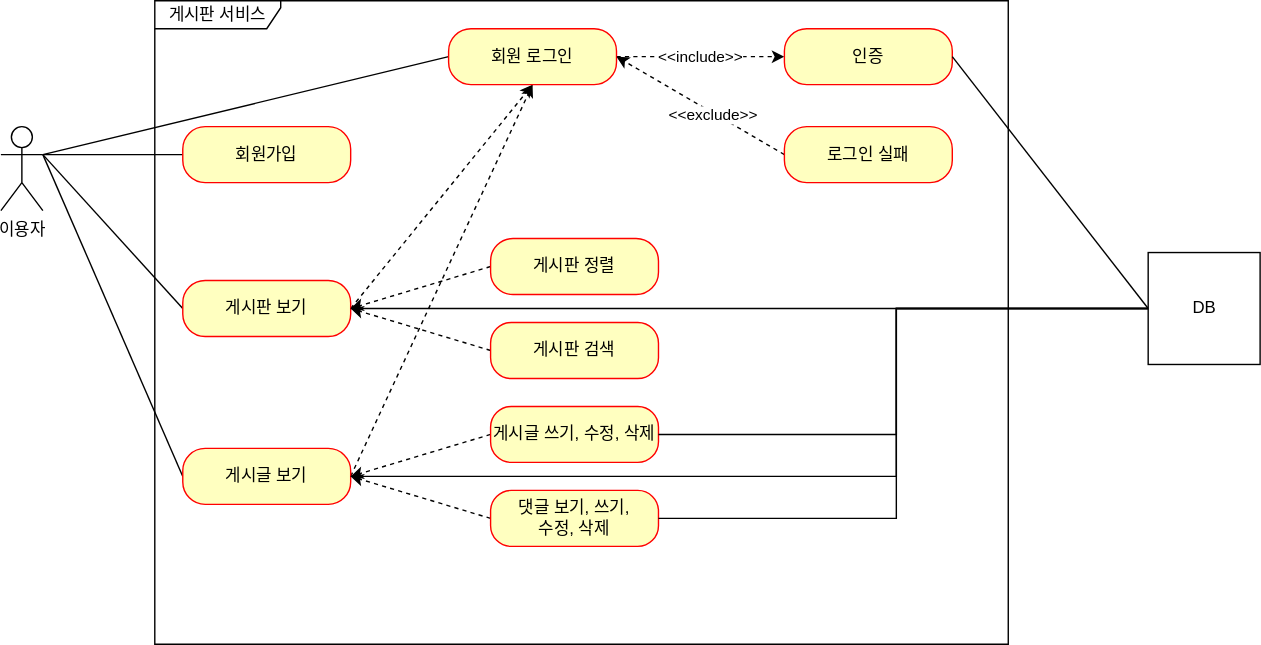
Above: documents/use-case.svg in JIHYEON-PF/fc_project-board (draw.io), before the change. Source tidied: cells renumbered, new cells last; positions are measured from the earlier drawing's top-left corner, leaving out a move shared by most shapes.
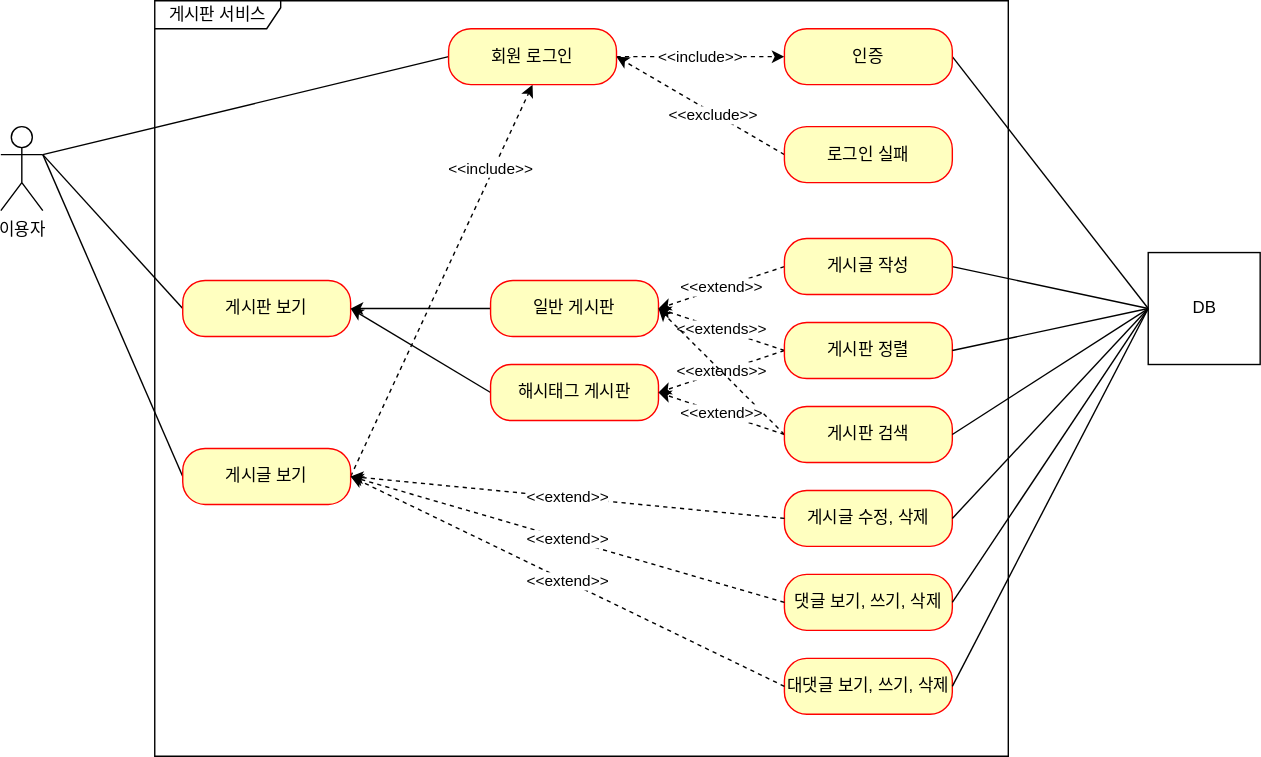
Above is the later version.

Commit message:
refact:#63 - 프로젝트 상태에 맞추어 Usecase Refactoring

The edit, as a diff of the source:
```diff
@@ -2,9 +2,9 @@
   <root>
     <mxCell id="0" />
     <mxCell id="1" parent="0" />
-    <mxCell id="2" style="edgeStyle=orthogonalEdgeStyle;rounded=0;jettySize=auto;html=1;exitX=1;exitY=0.3333333333333333;exitDx=0;exitDy=0;exitPerimeter=0;entryX=0;entryY=0.5;entryDx=0;entryDy=0;endArrow=none;endFill=0;" parent="1" edge="1" source="6" target="26">
-      <mxGeometry relative="1" as="geometry" />
-    </mxCell>
+    <mxCell id="7" value="게시판 서비스" style="shape=umlFrame;whiteSpace=wrap;html=1;width=90;height=20;" parent="1" vertex="1">
+      <mxGeometry x="110" width="610" height="540" as="geometry" />
+    </mxCell>
     <mxCell id="3" style="rounded=0;jettySize=auto;html=1;exitX=1;exitY=0.3333333333333333;exitDx=0;exitDy=0;exitPerimeter=0;entryX=0;entryY=0.5;entryDx=0;entryDy=0;endArrow=none;endFill=0;" parent="1" edge="1" source="6" target="13">
       <mxGeometry relative="1" as="geometry" />
     </mxCell>
@@ -17,98 +17,110 @@
     <mxCell id="6" value="이용자" style="shape=umlActor;verticalLabelPosition=bottom;verticalAlign=top;html=1;" parent="1" vertex="1">
       <mxGeometry y="90" width="30" height="60" as="geometry" />
     </mxCell>
-    <mxCell id="7" value="게시판 서비스" style="shape=umlFrame;whiteSpace=wrap;html=1;width=90;height=20;" parent="1" vertex="1">
-      <mxGeometry x="110" width="610" height="460" as="geometry" />
-    </mxCell>
-    <mxCell id="8" style="edgeStyle=none;rounded=0;jettySize=auto;html=1;exitX=1;exitY=0.5;exitDx=0;exitDy=0;entryX=0.5;entryY=1;entryDx=0;entryDy=0;dashed=1;endArrow=classic;endFill=1;" parent="7" edge="1" source="9" target="13">
-      <mxGeometry relative="1" as="geometry" />
-    </mxCell>
+    <mxCell id="27" style="edgeStyle=none;rounded=0;jettySize=auto;html=1;exitX=0;exitY=0.5;exitDx=0;exitDy=0;entryX=1;entryY=0.5;entryDx=0;entryDy=0;endArrow=none;endFill=0;" parent="1" edge="1" source="30" target="14">
+      <mxGeometry relative="1" as="geometry" />
+    </mxCell>
+    <mxCell id="33" style="rounded=0;jettySize=auto;html=1;exitX=0;exitY=0.5;exitDx=0;exitDy=0;entryX=1;entryY=0.5;entryDx=0;entryDy=0;endArrow=none;endFill=0;" parent="1" edge="1" source="30" target="35">
+      <mxGeometry relative="1" as="geometry" />
+    </mxCell>
+    <mxCell id="30" value="DB" style="html=1;" parent="1" vertex="1">
+      <mxGeometry x="820" y="180" width="80" height="80" as="geometry" />
+    </mxCell>
-    <mxCell id="9" value="게시판 보기" style="rounded=1;whiteSpace=wrap;html=1;arcSize=40;fontColor=#000000;fillColor=#ffffc0;strokeColor=#ff0000;" parent="7" vertex="1">
-      <mxGeometry x="20" y="200" width="120" height="40" as="geometry" />
+    <mxCell id="9" value="게시판 보기" style="rounded=1;whiteSpace=wrap;html=1;arcSize=40;fontColor=#000000;fillColor=#ffffc0;strokeColor=#ff0000;" parent="1" vertex="1">
+      <mxGeometry x="130" y="200" width="120" height="40" as="geometry" />
     </mxCell>
-    <mxCell id="10" style="edgeStyle=none;rounded=0;jettySize=auto;html=1;exitX=1;exitY=0.5;exitDx=0;exitDy=0;dashed=1;endArrow=classic;endFill=1;entryX=0.5;entryY=1;entryDx=0;entryDy=0;" parent="7" edge="1" source="11" target="13">
-      <mxGeometry relative="1" as="geometry" />
+    <mxCell id="10" value="&amp;lt;&amp;lt;include&amp;gt;&amp;gt;" style="edgeStyle=none;rounded=0;jettySize=auto;html=1;exitX=1;exitY=0.5;exitDx=0;exitDy=0;dashed=1;endArrow=classic;endFill=1;entryX=0.5;entryY=1;entryDx=0;entryDy=0;" parent="1" edge="1" source="11" target="13">
+      <mxGeometry x="0.57" y="2" relative="1" as="geometry" />
     </mxCell>
-    <mxCell id="11" value="게시글 보기" style="rounded=1;whiteSpace=wrap;html=1;arcSize=40;fontColor=#000000;fillColor=#ffffc0;strokeColor=#ff0000;" parent="7" vertex="1">
-      <mxGeometry x="20" y="320" width="120" height="40" as="geometry" />
+    <mxCell id="11" value="게시글 보기" style="rounded=1;whiteSpace=wrap;html=1;arcSize=40;fontColor=#000000;fillColor=#ffffc0;strokeColor=#ff0000;" parent="1" vertex="1">
+      <mxGeometry x="130" y="320" width="120" height="40" as="geometry" />
     </mxCell>
-    <mxCell id="12" value="&amp;lt;&amp;lt;include&amp;gt;&amp;gt;" style="edgeStyle=none;rounded=0;jettySize=auto;html=1;exitX=1;exitY=0.5;exitDx=0;exitDy=0;entryX=0;entryY=0.5;entryDx=0;entryDy=0;endArrow=classic;endFill=1;dashed=1;" parent="7" edge="1" source="13" target="14">
+    <mxCell id="12" value="&amp;lt;&amp;lt;include&amp;gt;&amp;gt;" style="edgeStyle=none;rounded=0;jettySize=auto;html=1;exitX=1;exitY=0.5;exitDx=0;exitDy=0;entryX=0;entryY=0.5;entryDx=0;entryDy=0;endArrow=classic;endFill=1;dashed=1;" parent="1" edge="1" source="13" target="14">
       <mxGeometry relative="1" as="geometry" />
     </mxCell>
-    <mxCell id="13" value="회원 로그인" style="rounded=1;whiteSpace=wrap;html=1;arcSize=40;fontColor=#000000;fillColor=#ffffc0;strokeColor=#ff0000;" parent="7" vertex="1">
-      <mxGeometry x="210" y="20" width="120" height="40" as="geometry" />
+    <mxCell id="13" value="회원 로그인" style="rounded=1;whiteSpace=wrap;html=1;arcSize=40;fontColor=#000000;fillColor=#ffffc0;strokeColor=#ff0000;" parent="1" vertex="1">
+      <mxGeometry x="320" y="20" width="120" height="40" as="geometry" />
     </mxCell>
-    <mxCell id="14" value="인증" style="rounded=1;whiteSpace=wrap;html=1;arcSize=40;fontColor=#000000;fillColor=#ffffc0;strokeColor=#ff0000;" parent="7" vertex="1">
-      <mxGeometry x="450" y="20" width="120" height="40" as="geometry" />
+    <mxCell id="14" value="인증" style="rounded=1;whiteSpace=wrap;html=1;arcSize=40;fontColor=#000000;fillColor=#ffffc0;strokeColor=#ff0000;" parent="1" vertex="1">
+      <mxGeometry x="560" y="20" width="120" height="40" as="geometry" />
     </mxCell>
-    <mxCell id="15" style="edgeStyle=none;rounded=0;jettySize=auto;html=1;exitX=0;exitY=0.5;exitDx=0;exitDy=0;entryX=1;entryY=0.5;entryDx=0;entryDy=0;endArrow=classic;endFill=1;dashed=1;" parent="7" edge="1" source="17" target="13">
+    <mxCell id="15" style="edgeStyle=none;rounded=0;jettySize=auto;html=1;exitX=0;exitY=0.5;exitDx=0;exitDy=0;entryX=1;entryY=0.5;entryDx=0;entryDy=0;endArrow=classic;endFill=1;dashed=1;" parent="1" edge="1" source="17" target="13">
       <mxGeometry relative="1" as="geometry" />
     </mxCell>
     <mxCell id="16" value="&amp;lt;&amp;lt;exclude&amp;gt;&amp;gt;" style="edgeLabel;html=1;align=center;verticalAlign=middle;" parent="15" vertex="1">
       <mxGeometry x="-0.16" y="1" relative="1" as="geometry" />
     </mxCell>
-    <mxCell id="17" value="로그인 실패" style="rounded=1;whiteSpace=wrap;html=1;arcSize=40;fontColor=#000000;fillColor=#ffffc0;strokeColor=#ff0000;" parent="7" vertex="1">
-      <mxGeometry x="450" y="90" width="120" height="40" as="geometry" />
+    <mxCell id="17" value="로그인 실패" style="rounded=1;whiteSpace=wrap;html=1;arcSize=40;fontColor=#000000;fillColor=#ffffc0;strokeColor=#ff0000;" parent="1" vertex="1">
+      <mxGeometry x="560" y="90" width="120" height="40" as="geometry" />
     </mxCell>
-    <mxCell id="18" style="edgeStyle=none;rounded=0;jettySize=auto;html=1;exitX=0;exitY=0.5;exitDx=0;exitDy=0;entryX=1;entryY=0.5;entryDx=0;entryDy=0;dashed=1;endArrow=classic;endFill=1;" parent="7" edge="1" source="19" target="9">
+    <mxCell id="18" style="edgeStyle=none;rounded=0;jettySize=auto;html=1;exitX=0;exitY=0.5;exitDx=0;exitDy=0;entryX=1;entryY=0.5;entryDx=0;entryDy=0;endArrow=classic;endFill=1;" parent="1" edge="1" source="19" target="9">
       <mxGeometry relative="1" as="geometry" />
     </mxCell>
-    <mxCell id="19" value="게시판 정렬" style="rounded=1;whiteSpace=wrap;html=1;arcSize=40;fontColor=#000000;fillColor=#ffffc0;strokeColor=#ff0000;" parent="7" vertex="1">
-      <mxGeometry x="240" y="170" width="120" height="40" as="geometry" />
+    <mxCell id="19" value="일반 게시판" style="rounded=1;whiteSpace=wrap;html=1;arcSize=40;fontColor=#000000;fillColor=#ffffc0;strokeColor=#ff0000;" parent="1" vertex="1">
+      <mxGeometry x="350" y="200" width="120" height="40" as="geometry" />
     </mxCell>
-    <mxCell id="20" style="edgeStyle=none;rounded=0;jettySize=auto;html=1;exitX=0;exitY=0.5;exitDx=0;exitDy=0;entryX=1;entryY=0.5;entryDx=0;entryDy=0;dashed=1;endArrow=classic;endFill=1;" parent="7" edge="1" source="21" target="9">
+    <mxCell id="20" style="edgeStyle=none;rounded=0;jettySize=auto;html=1;exitX=0;exitY=0.5;exitDx=0;exitDy=0;entryX=1;entryY=0.5;entryDx=0;entryDy=0;endArrow=classic;endFill=1;" parent="1" edge="1" source="21" target="9">
       <mxGeometry relative="1" as="geometry" />
     </mxCell>
-    <mxCell id="21" value="게시판 검색" style="rounded=1;whiteSpace=wrap;html=1;arcSize=37;fontColor=#000000;fillColor=#ffffc0;strokeColor=#ff0000;" parent="7" vertex="1">
-      <mxGeometry x="240" y="230" width="120" height="40" as="geometry" />
+    <mxCell id="21" value="해시태그 게시판" style="rounded=1;whiteSpace=wrap;html=1;arcSize=37;fontColor=#000000;fillColor=#ffffc0;strokeColor=#ff0000;" parent="1" vertex="1">
+      <mxGeometry x="350" y="260" width="120" height="40" as="geometry" />
     </mxCell>
-    <mxCell id="22" style="edgeStyle=none;rounded=0;jettySize=auto;html=1;exitX=0;exitY=0.5;exitDx=0;exitDy=0;entryX=1;entryY=0.5;entryDx=0;entryDy=0;dashed=1;endArrow=classic;endFill=1;" parent="7" edge="1" source="23" target="11">
-      <mxGeometry relative="1" as="geometry" />
-    </mxCell>
-    <mxCell id="23" value="게시글 쓰기, 수정, 삭제" style="rounded=1;whiteSpace=wrap;html=1;arcSize=37;fontColor=#000000;fillColor=#ffffc0;strokeColor=#ff0000;" parent="7" vertex="1">
-      <mxGeometry x="240" y="290" width="120" height="40" as="geometry" />
-    </mxCell>
-    <mxCell id="24" style="edgeStyle=none;rounded=0;jettySize=auto;html=1;exitX=0;exitY=0.5;exitDx=0;exitDy=0;dashed=1;endArrow=classic;endFill=1;entryX=1;entryY=0.5;entryDx=0;entryDy=0;" parent="7" edge="1" source="25" target="11">
-      <mxGeometry relative="1" as="geometry" />
-    </mxCell>
-    <mxCell id="25" value="댓글 보기, 쓰기, &lt;br&gt;수정, 삭제" style="rounded=1;whiteSpace=wrap;html=1;arcSize=37;fontColor=#000000;fillColor=#ffffc0;strokeColor=#ff0000;" parent="7" vertex="1">
-      <mxGeometry x="240" y="350" width="120" height="40" as="geometry" />
-    </mxCell>
-    <mxCell id="26" value="회원가입" style="rounded=1;whiteSpace=wrap;html=1;arcSize=40;fontColor=#000000;fillColor=#ffffc0;strokeColor=#ff0000;" parent="7" vertex="1">
-      <mxGeometry x="20" y="90" width="120" height="40" as="geometry" />
-    </mxCell>
-    <mxCell id="27" style="edgeStyle=none;rounded=0;jettySize=auto;html=1;exitX=0;exitY=0.5;exitDx=0;exitDy=0;entryX=1;entryY=0.5;entryDx=0;entryDy=0;endArrow=none;endFill=0;" parent="1" edge="1" source="30" target="14">
-      <mxGeometry relative="1" as="geometry" />
-    </mxCell>
-    <mxCell id="28" style="edgeStyle=none;rounded=0;jettySize=auto;html=1;exitX=0;exitY=0.5;exitDx=0;exitDy=0;entryX=1;entryY=0.5;entryDx=0;entryDy=0;endArrow=none;endFill=0;" parent="1" edge="1" source="30" target="9">
-      <mxGeometry relative="1" as="geometry" />
-    </mxCell>
-    <mxCell id="29" style="edgeStyle=orthogonalEdgeStyle;rounded=0;jettySize=auto;html=1;exitX=0;exitY=0.5;exitDx=0;exitDy=0;entryX=1;entryY=0.5;entryDx=0;entryDy=0;endArrow=none;endFill=0;" parent="1" edge="1" source="30" target="11">
-      <mxGeometry relative="1" as="geometry">
-        <Array as="points">
-          <mxPoint x="640" y="220" />
-          <mxPoint x="640" y="340" />
-        </Array>
-      </mxGeometry>
-    </mxCell>
-    <mxCell id="30" value="DB" style="html=1;" parent="1" vertex="1">
-      <mxGeometry x="820" y="180" width="80" height="80" as="geometry" />
-    </mxCell>
-    <mxCell id="31" style="edgeStyle=orthogonalEdgeStyle;rounded=0;jettySize=auto;html=1;exitX=1;exitY=0.5;exitDx=0;exitDy=0;entryX=0;entryY=0.5;entryDx=0;entryDy=0;endArrow=none;endFill=0;" parent="1" edge="1" source="23" target="30">
-      <mxGeometry relative="1" as="geometry">
-        <Array as="points">
-          <mxPoint x="640" y="310" />
-          <mxPoint x="640" y="220" />
-        </Array>
-      </mxGeometry>
-    </mxCell>
-    <mxCell id="32" style="edgeStyle=orthogonalEdgeStyle;rounded=0;jettySize=auto;html=1;exitX=1;exitY=0.5;exitDx=0;exitDy=0;endArrow=none;endFill=0;entryX=0;entryY=0.5;entryDx=0;entryDy=0;" parent="1" edge="1" source="25" target="30">
-      <mxGeometry relative="1" as="geometry">
-        <Array as="points">
-          <mxPoint x="640" y="370" />
-          <mxPoint x="640" y="220" />
-        </Array>
-      </mxGeometry>
-    </mxCell>
+    <mxCell id="34" value="&amp;lt;&amp;lt;extend&amp;gt;&amp;gt;" style="rounded=0;jettySize=auto;html=1;exitX=0;exitY=0.5;exitDx=0;exitDy=0;entryX=1;entryY=0.5;entryDx=0;entryDy=0;dashed=1;" parent="1" edge="1" source="35" target="19">
+      <mxGeometry relative="1" as="geometry" />
+    </mxCell>
+    <mxCell id="35" value="게시글 작성" style="rounded=1;whiteSpace=wrap;html=1;arcSize=40;fontColor=#000000;fillColor=#ffffc0;strokeColor=#ff0000;" parent="1" vertex="1">
+      <mxGeometry x="560" y="170" width="120" height="40" as="geometry" />
+    </mxCell>
+    <mxCell id="36" value="&amp;lt;&amp;lt;extends&amp;gt;&amp;gt;" style="rounded=0;jettySize=auto;html=1;exitX=0;exitY=0.5;exitDx=0;exitDy=0;entryX=1;entryY=0.5;entryDx=0;entryDy=0;dashed=1;" parent="1" edge="1" source="38" target="19">
+      <mxGeometry relative="1" as="geometry" />
+    </mxCell>
+    <mxCell id="37" value="&amp;lt;&amp;lt;extends&amp;gt;&amp;gt;" style="rounded=0;jettySize=auto;html=1;exitX=0;exitY=0.5;exitDx=0;exitDy=0;entryX=1;entryY=0.5;entryDx=0;entryDy=0;dashed=1;" parent="1" edge="1" source="38" target="21">
+      <mxGeometry relative="1" as="geometry" />
+    </mxCell>
+    <mxCell id="38" value="게시판 정렬" style="rounded=1;whiteSpace=wrap;html=1;arcSize=40;fontColor=#000000;fillColor=#ffffc0;strokeColor=#ff0000;" parent="1" vertex="1">
+      <mxGeometry x="560" y="230" width="120" height="40" as="geometry" />
+    </mxCell>
+    <mxCell id="39" value="게시글 수정, 삭제" style="rounded=1;whiteSpace=wrap;html=1;arcSize=40;fontColor=#000000;fillColor=#ffffc0;strokeColor=#ff0000;" parent="1" vertex="1">
+      <mxGeometry x="560" y="350" width="120" height="40" as="geometry" />
+    </mxCell>
+    <mxCell id="40" style="rounded=0;jettySize=auto;html=1;exitX=0;exitY=0.5;exitDx=0;exitDy=0;entryX=1;entryY=0.5;entryDx=0;entryDy=0;dashed=1;" parent="1" edge="1" source="42" target="19">
+      <mxGeometry relative="1" as="geometry" />
+    </mxCell>
+    <mxCell id="41" value="&amp;lt;&amp;lt;extend&amp;gt;&amp;gt;" style="rounded=0;jettySize=auto;html=1;exitX=0;exitY=0.5;exitDx=0;exitDy=0;entryX=1;entryY=0.5;entryDx=0;entryDy=0;dashed=1;" parent="1" edge="1" source="42" target="21">
+      <mxGeometry relative="1" as="geometry" />
+    </mxCell>
+    <mxCell id="42" value="게시판 검색" style="rounded=1;whiteSpace=wrap;html=1;arcSize=40;fontColor=#000000;fillColor=#ffffc0;strokeColor=#ff0000;" parent="1" vertex="1">
+      <mxGeometry x="560" y="290" width="120" height="40" as="geometry" />
+    </mxCell>
+    <mxCell id="43" value="대댓글 보기, 쓰기, 삭제" style="rounded=1;whiteSpace=wrap;html=1;arcSize=40;fontColor=#000000;fillColor=#ffffc0;strokeColor=#ff0000;" parent="1" vertex="1">
+      <mxGeometry x="560" y="470" width="120" height="40" as="geometry" />
+    </mxCell>
+    <mxCell id="44" value="댓글 보기, 쓰기, 삭제" style="rounded=1;whiteSpace=wrap;html=1;arcSize=40;fontColor=#000000;fillColor=#ffffc0;strokeColor=#ff0000;" parent="1" vertex="1">
+      <mxGeometry x="560" y="410" width="120" height="40" as="geometry" />
+    </mxCell>
+    <mxCell id="45" value="&amp;lt;&amp;lt;extend&amp;gt;&amp;gt;" style="rounded=0;jettySize=auto;html=1;exitX=0;exitY=0.5;exitDx=0;exitDy=0;entryX=1;entryY=0.5;entryDx=0;entryDy=0;dashed=1;" parent="1" edge="1" source="39" target="11">
+      <mxGeometry relative="1" as="geometry" />
+    </mxCell>
+    <mxCell id="46" value="&amp;lt;&amp;lt;extend&amp;gt;&amp;gt;" style="rounded=0;jettySize=auto;html=1;exitX=0;exitY=0.5;exitDx=0;exitDy=0;entryX=1;entryY=0.5;entryDx=0;entryDy=0;dashed=1;" parent="1" edge="1" source="44" target="11">
+      <mxGeometry relative="1" as="geometry" />
+    </mxCell>
+    <mxCell id="47" value="&amp;lt;&amp;lt;extend&amp;gt;&amp;gt;" style="rounded=0;jettySize=auto;html=1;exitX=0;exitY=0.5;exitDx=0;exitDy=0;entryX=1;entryY=0.5;entryDx=0;entryDy=0;dashed=1;" parent="1" edge="1" source="43" target="11">
+      <mxGeometry relative="1" as="geometry" />
+    </mxCell>
+    <mxCell id="48" style="rounded=0;jettySize=auto;html=1;exitX=0;exitY=0.5;exitDx=0;exitDy=0;entryX=1;entryY=0.5;entryDx=0;entryDy=0;endArrow=none;endFill=0;" parent="1" edge="1" source="30" target="38">
+      <mxGeometry relative="1" as="geometry" />
+    </mxCell>
+    <mxCell id="49" style="rounded=0;jettySize=auto;html=1;exitX=0;exitY=0.5;exitDx=0;exitDy=0;entryX=1;entryY=0.5;entryDx=0;entryDy=0;endArrow=none;endFill=0;" parent="1" edge="1" source="30" target="42">
+      <mxGeometry relative="1" as="geometry" />
+    </mxCell>
+    <mxCell id="50" style="rounded=0;jettySize=auto;html=1;exitX=0;exitY=0.5;exitDx=0;exitDy=0;entryX=1;entryY=0.5;entryDx=0;entryDy=0;endArrow=none;endFill=0;" parent="1" edge="1" source="30" target="39">
+      <mxGeometry relative="1" as="geometry" />
+    </mxCell>
+    <mxCell id="51" style="rounded=0;jettySize=auto;html=1;exitX=0;exitY=0.5;exitDx=0;exitDy=0;entryX=1;entryY=0.5;entryDx=0;entryDy=0;endArrow=none;endFill=0;" parent="1" edge="1" source="30" target="44">
+      <mxGeometry relative="1" as="geometry" />
+    </mxCell>
+    <mxCell id="52" style="rounded=0;jettySize=auto;html=1;exitX=0;exitY=0.5;exitDx=0;exitDy=0;entryX=1;entryY=0.5;entryDx=0;entryDy=0;endArrow=none;endFill=0;" parent="1" edge="1" source="30" target="43">
+      <mxGeometry relative="1" as="geometry" />
+    </mxCell>
   </root>
 </mxGraphModel>
```
